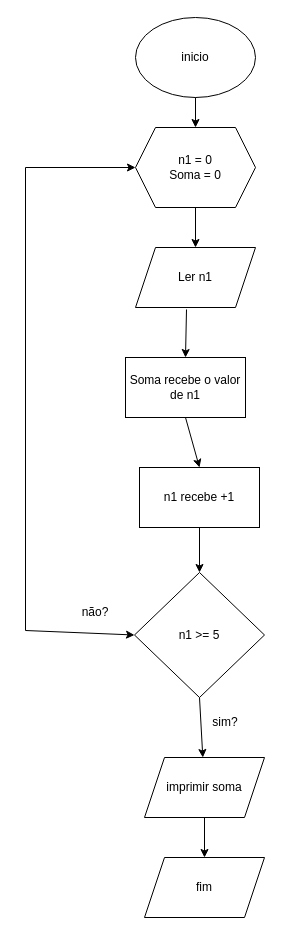
The draw.io diagram Exc-de-fixação-Atv2.drawio in sthevaolol/Draw.io, before the edit. Source tidied: cells renumbered, new cells numbered last; positions are measured from the earlier drawing's top-left corner, leaving out a move shared by most shapes. Both pictures are drawn from the tidied source at 100%, with x=0, y=0 at pixel (25, 17).
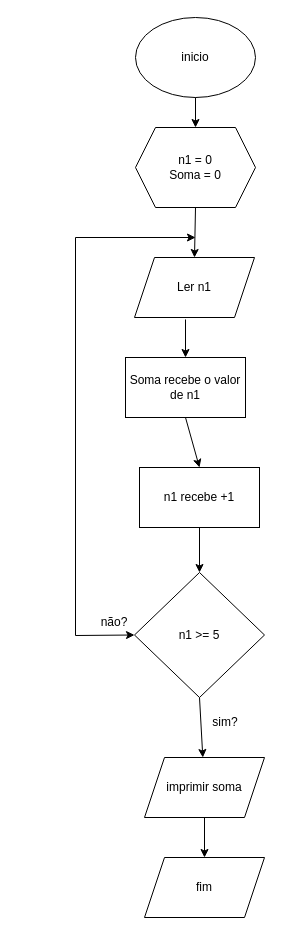
The same diagram, later.

The change refers to these unchanged cells:
```xml
<mxCell id="3" value="n1 = 0&lt;div&gt;Soma = 0&lt;/div&gt;" style="shape=hexagon;perimeter=hexagonPerimeter2;whiteSpace=wrap;html=1;fixedSize=1;" parent="1" vertex="1">
  <mxGeometry x="110" y="110" width="120" height="80" as="geometry" />
</mxCell>
<mxCell id="8" value="n1 &amp;gt;= 5" style="rhombus;whiteSpace=wrap;html=1;" parent="1" vertex="1">
  <mxGeometry x="109" y="555" width="130" height="125" as="geometry" />
</mxCell>
```

The edit, as a diff of the source:
```diff
@@
     <mxCell id="4" value="Ler n1" style="shape=parallelogram;perimeter=parallelogramPerimeter;whiteSpace=wrap;html=1;fixedSize=1;" parent="1" vertex="1">
-      <mxGeometry x="110" y="230" width="120" height="60" as="geometry" />
+      <mxGeometry x="109" y="240" width="120" height="60" as="geometry" />
     </mxCell>
@@
-    <mxCell id="9" style="endArrow=classic;startArrow=classic;html=1;rounded=0;exitX=0;exitY=0.5;exitDx=0;exitDy=0;entryX=0;entryY=0.5;entryDx=0;entryDy=0;" parent="1" edge="1" source="8" target="3">
+    <mxCell id="9" style="endArrow=classic;startArrow=classic;html=1;rounded=0;exitX=0;exitY=0.5;exitDx=0;exitDy=0;" parent="1" edge="1" source="8">
       <mxGeometry relative="1" as="geometry">
+        <mxPoint x="170" y="220" as="targetPoint" />
         <Array as="points">
-          <mxPoint y="613" />
-          <mxPoint y="150" />
+          <mxPoint x="50" y="618" />
+          <mxPoint x="50" y="220" />
         </Array>
       </mxGeometry>
     </mxCell>
@@
     <mxCell id="13" value="não?" style="text;html=1;align=center;verticalAlign=middle;whiteSpace=wrap;rounded=0;" parent="1" vertex="1">
-      <mxGeometry x="40" y="580" width="60" height="30" as="geometry" />
+      <mxGeometry x="59" y="590" width="60" height="30" as="geometry" />
     </mxCell>
```
